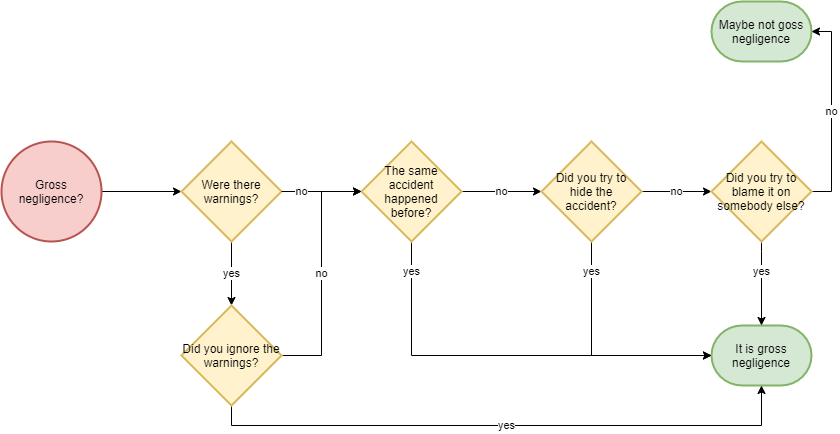
joonas-fi/joonas.fi keeps this draw.io diagram as blog/images/2020/covid-gross-negligence.png. Above is the earlier version. Source tidied: cells renumbered, new cells last; positions are measured from the earlier drawing's top-left corner, leaving out a move shared by most shapes.
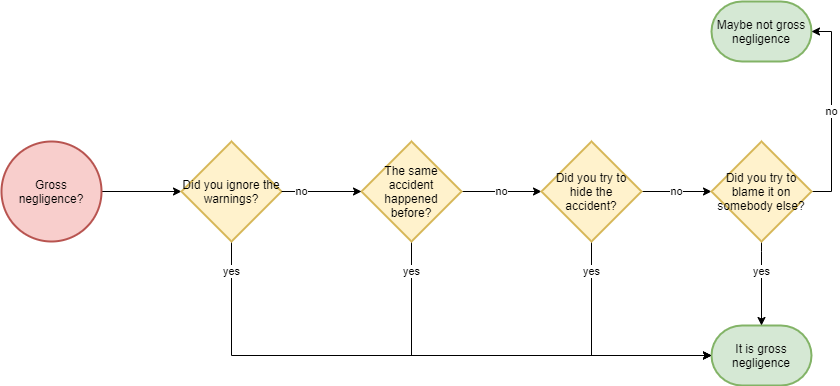
After the commit.

Commit message:
fix a few typos

The edit, as a diff of the source:
```diff
@@ -8,16 +8,16 @@
     <mxCell id="3" value="Gross negligence?" style="strokeWidth=2;html=1;shape=mxgraph.flowchart.start_2;whiteSpace=wrap;fillColor=#f8cecc;strokeColor=#b85450;" parent="1" vertex="1">
       <mxGeometry y="140" width="100" height="100" as="geometry" />
     </mxCell>
-    <mxCell id="4" value="Maybe not goss negligence" style="strokeWidth=2;html=1;shape=mxgraph.flowchart.terminator;whiteSpace=wrap;fillColor=#d5e8d4;strokeColor=#82b366;" parent="1" vertex="1">
+    <mxCell id="4" value="Maybe not gross negligence" style="strokeWidth=2;html=1;shape=mxgraph.flowchart.terminator;whiteSpace=wrap;fillColor=#d5e8d4;strokeColor=#82b366;" parent="1" vertex="1">
       <mxGeometry x="710" width="100" height="60" as="geometry" />
     </mxCell>
     <mxCell id="5" value="It is gross negligence" style="strokeWidth=2;html=1;shape=mxgraph.flowchart.terminator;whiteSpace=wrap;fillColor=#d5e8d4;strokeColor=#82b366;" parent="1" vertex="1">
       <mxGeometry x="710" y="324" width="100" height="60" as="geometry" />
     </mxCell>
-    <mxCell id="6" value="yes" style="edgeStyle=orthogonalEdgeStyle;rounded=0;jettySize=auto;html=1;exitX=0.5;exitY=1;exitDx=0;exitDy=0;exitPerimeter=0;entryX=0.5;entryY=0;entryDx=0;entryDy=0;entryPerimeter=0;" parent="1" edge="1" source="7" target="19">
-      <mxGeometry relative="1" as="geometry" />
-    </mxCell>
+    <mxCell id="21" value="yes" style="edgeStyle=orthogonalEdgeStyle;rounded=0;jettySize=auto;html=1;exitX=0.5;exitY=1;exitDx=0;exitDy=0;exitPerimeter=0;entryX=0;entryY=0.5;entryDx=0;entryDy=0;entryPerimeter=0;" parent="1" edge="1" source="7" target="5">
+      <mxGeometry x="-0.9" relative="1" as="geometry" />
+    </mxCell>
-    <mxCell id="7" value="Were there warnings?" style="strokeWidth=2;html=1;shape=mxgraph.flowchart.decision;whiteSpace=wrap;fillColor=#fff2cc;strokeColor=#d6b656;" parent="1" vertex="1">
+    <mxCell id="7" value="Did you ignore the warnings?" style="strokeWidth=2;html=1;shape=mxgraph.flowchart.decision;whiteSpace=wrap;fillColor=#fff2cc;strokeColor=#d6b656;" parent="1" vertex="1">
       <mxGeometry x="180" y="140" width="100" height="100" as="geometry" />
     </mxCell>
     <mxCell id="8" value="yes" style="edgeStyle=orthogonalEdgeStyle;rounded=0;jettySize=auto;html=1;exitX=0.5;exitY=1;exitDx=0;exitDy=0;exitPerimeter=0;entryX=0;entryY=0.5;entryDx=0;entryDy=0;entryPerimeter=0;" parent="1" edge="1" source="10" target="5">
@@ -52,15 +52,6 @@
     <mxCell id="16" value="Did you try to&lt;br&gt;blame it on somebody else?" style="strokeWidth=2;html=1;shape=mxgraph.flowchart.decision;whiteSpace=wrap;fillColor=#fff2cc;strokeColor=#d6b656;" parent="1" vertex="1">
       <mxGeometry x="710" y="140" width="100" height="100" as="geometry" />
     </mxCell>
-    <mxCell id="17" value="yes" style="edgeStyle=orthogonalEdgeStyle;rounded=0;jettySize=auto;html=1;exitX=0.5;exitY=1;exitDx=0;exitDy=0;exitPerimeter=0;entryX=0.5;entryY=1;entryDx=0;entryDy=0;entryPerimeter=0;" parent="1" edge="1" source="19" target="5">
-      <mxGeometry relative="1" as="geometry" />
-    </mxCell>
-    <mxCell id="18" value="no" style="edgeStyle=orthogonalEdgeStyle;rounded=0;jettySize=auto;html=1;exitX=1;exitY=0.5;exitDx=0;exitDy=0;exitPerimeter=0;entryX=0;entryY=0.5;entryDx=0;entryDy=0;entryPerimeter=0;" parent="1" edge="1" source="19" target="10">
-      <mxGeometry relative="1" as="geometry" />
-    </mxCell>
-    <mxCell id="19" value="Did you ignore the warnings?" style="strokeWidth=2;html=1;shape=mxgraph.flowchart.decision;whiteSpace=wrap;fillColor=#fff2cc;strokeColor=#d6b656;" parent="1" vertex="1">
-      <mxGeometry x="180" y="304" width="100" height="100" as="geometry" />
-    </mxCell>
     <mxCell id="20" value="no" style="edgeStyle=orthogonalEdgeStyle;rounded=0;jettySize=auto;html=1;exitX=1;exitY=0.5;exitDx=0;exitDy=0;exitPerimeter=0;entryX=0;entryY=0.5;entryDx=0;entryDy=0;entryPerimeter=0;" parent="1" edge="1" source="7" target="10">
       <mxGeometry x="-0.5" relative="1" as="geometry" />
     </mxCell>
```
